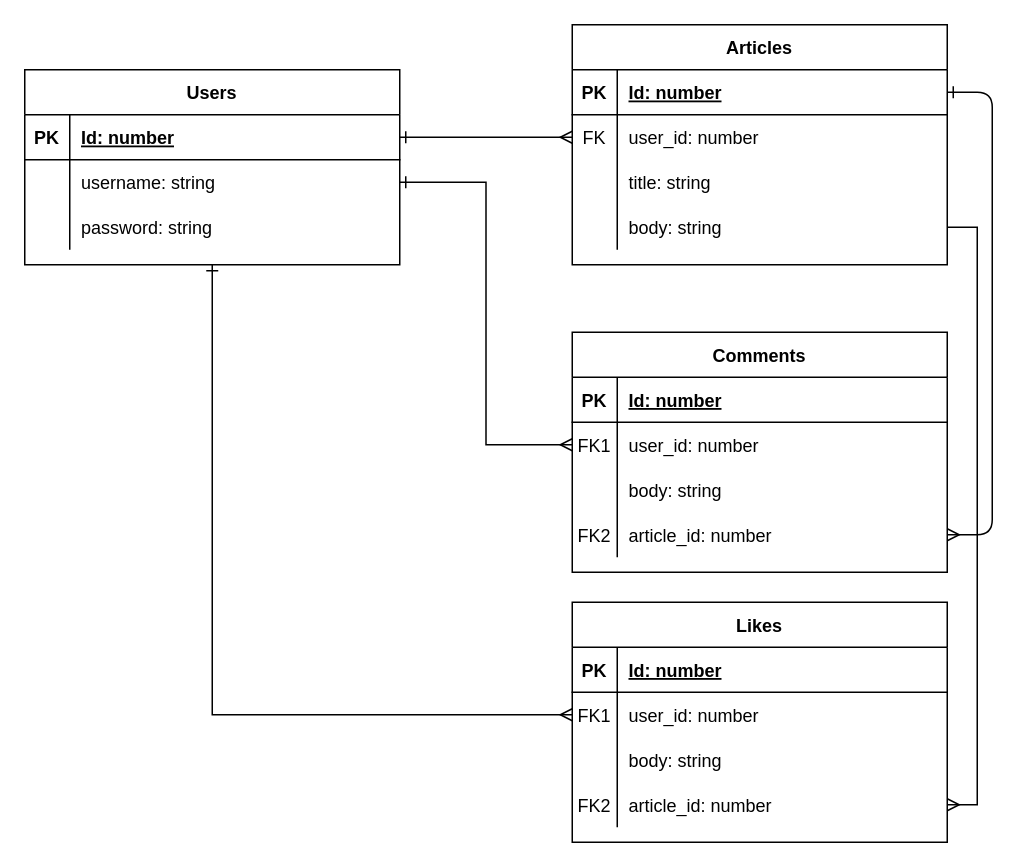
Above: diagrams/ERD.drawio in ABAlosaimi/Blog-API (draw.io), before the change. Source tidied: cells renumbered, new cells numbered last; positions are measured from the earlier drawing's top-left corner, leaving out a move shared by most shapes. Both pictures are drawn from the tidied source at 150%, with x=0, y=0 at pixel (24, 24).
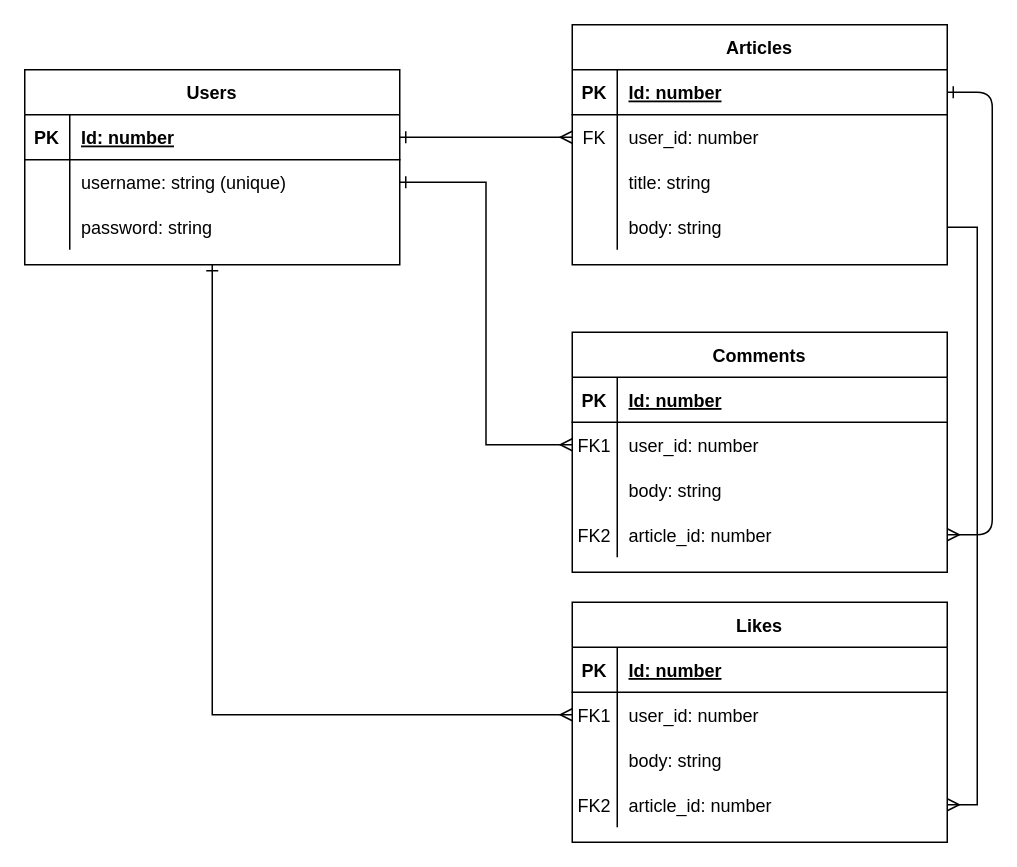
Above is the later version.

Commit message (it also covers changes not shown here):
added class diagram

Unchanged cells that the change refers to:
```xml
<mxCell id="35" style="shape=partialRectangle;fillColor=none;points=[[0,0.5],[1,0.5]];portConstraint=eastwest;top=0;left=0;right=0;bottom=0;" parent="31" vertex="1">
  <mxGeometry y="60" width="250" height="30" as="geometry" />
</mxCell>
```

Change to the diagram source:
```diff
@@
-    <mxCell id="37" value="username: string" style="shape=partialRectangle;overflow=hidden;fillColor=none;top=0;left=0;bottom=0;right=0;align=left;spacingLeft=6;" parent="35" vertex="1">
+    <mxCell id="37" value="username: string (unique)" style="shape=partialRectangle;overflow=hidden;fillColor=none;top=0;left=0;bottom=0;right=0;align=left;spacingLeft=6;" parent="35" vertex="1">
       <mxGeometry x="30" width="220" height="30" as="geometry" />
     </mxCell>
```
